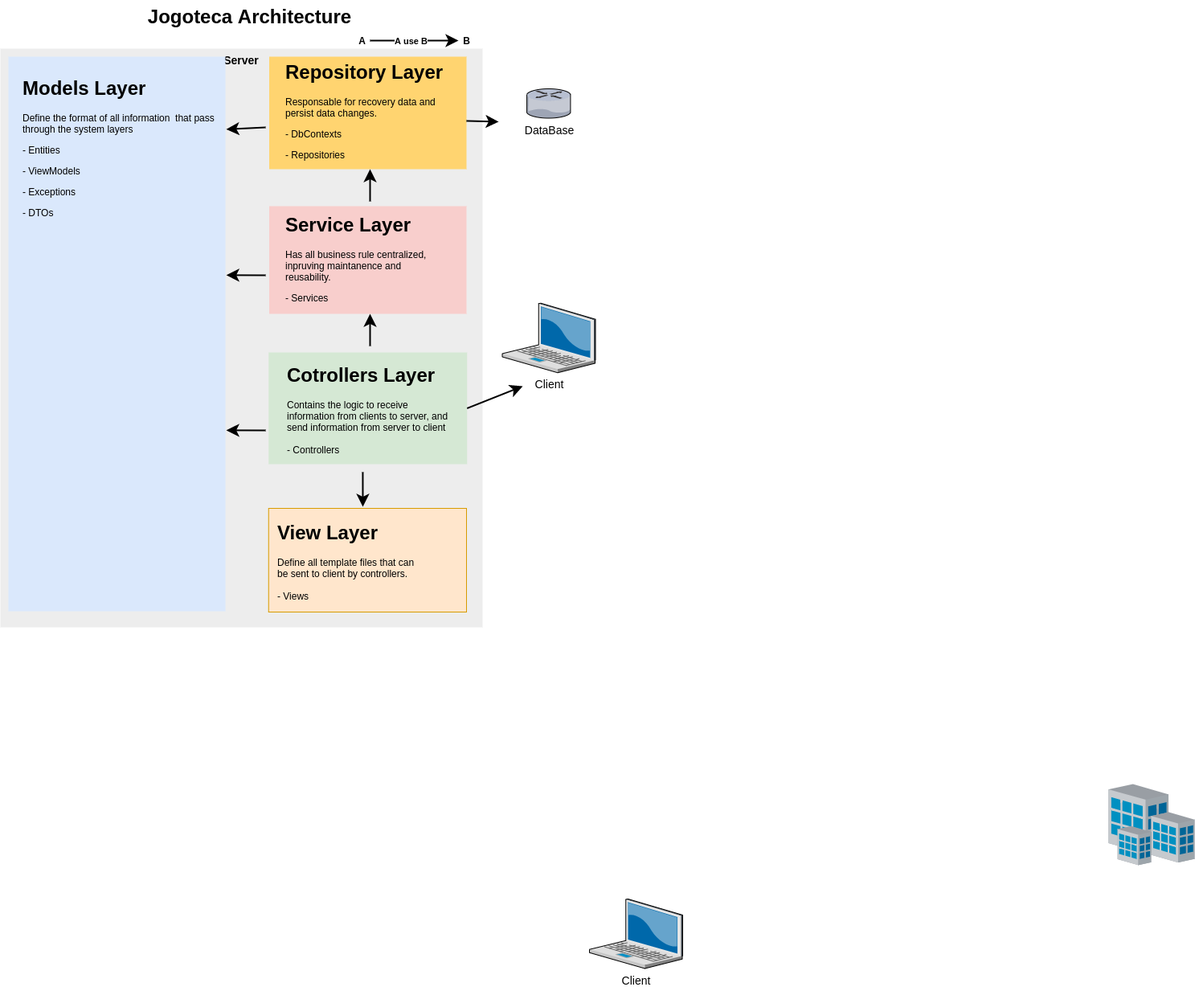
Earlier version of the draw.io export docs/architecture.png (SamuelNata/jogoteca). Source tidied: cells renumbered, new cells last; positions are measured from the earlier drawing's top-left corner, leaving out a move shared by most shapes.
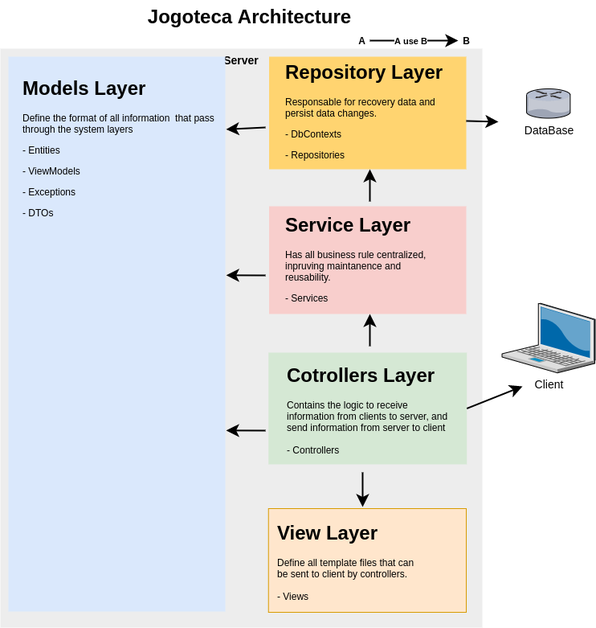
After the commit.

Diff of the diagram source:
```diff
@@ -17,18 +17,12 @@
     <mxCell id="6" style="whiteSpace=wrap;html=1;fillColor=#FFD470;gradientColor=none;fontSize=14;strokeColor=none;verticalAlign=top;" parent="1" vertex="1">
       <mxGeometry x="334.5" y="70" width="245.5" height="140" as="geometry" />
     </mxCell>
-    <mxCell id="7" value="Client" style="verticalLabelPosition=bottom;html=1;verticalAlign=top;strokeColor=none;shape=mxgraph.citrix.laptop_2;fillColor=#66B2FF;gradientColor=#0066CC;fontSize=14;" parent="1" vertex="1">
-      <mxGeometry x="733" y="1118" width="116" height="86.5" as="geometry" />
-    </mxCell>
     <mxCell id="8" value="Client" style="verticalLabelPosition=bottom;html=1;verticalAlign=top;strokeColor=none;shape=mxgraph.citrix.laptop_2;fillColor=#66B2FF;gradientColor=#0066CC;fontSize=14;" parent="1" vertex="1">
       <mxGeometry x="624.5" y="376.8" width="116" height="86.5" as="geometry" />
     </mxCell>
     <mxCell id="9" value="DataBase" style="verticalLabelPosition=bottom;html=1;verticalAlign=top;strokeColor=none;shape=mxgraph.citrix.router;fillColor=#66B2FF;gradientColor=#0066CC;fontSize=14;" parent="1" vertex="1">
       <mxGeometry x="655" y="110" width="55" height="36.5" as="geometry" />
     </mxCell>
-    <mxCell id="10" style="verticalLabelPosition=bottom;html=1;verticalAlign=top;strokeColor=none;shape=mxgraph.citrix.site;fillColor=#66B2FF;gradientColor=#0066CC;fontSize=14;" parent="1" vertex="1">
-      <mxGeometry x="1379" y="975" width="107" height="101" as="geometry" />
-    </mxCell>
     <mxCell id="11" value="Jogoteca Architecture" style="text;strokeColor=none;fillColor=none;html=1;fontSize=24;fontStyle=1;verticalAlign=middle;align=center;" parent="1" vertex="1">
       <mxGeometry x="40" width="540" height="40" as="geometry" />
     </mxCell>
```
